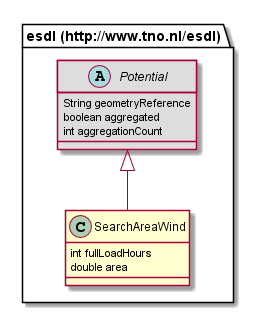
EnergyTransition/energytransition.github.io keeps this PlantUML diagram as 687474703a2f2f7777772e746e6f2e6e6c2f6573646c/SearchAreaWind.png. Above is the earlier version.
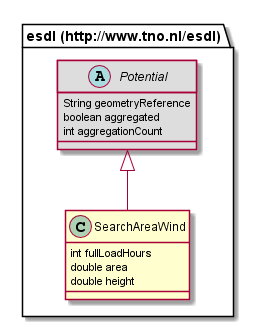
After the commit.

Diff of the diagram source:
```diff
@@ -1,7 +1,8 @@
 @startuml
-class "esdl (http://www.tno.nl/esdl).SearchAreaWind" [[#router/doc-content/687474703a2f2f7777772e746e6f2e6e6c2f6573646c/SearchAreaWind.html{Specifies search areas for wind turbines}]] {
+class "esdl (http://www.tno.nl/esdl).SearchAreaWind" [[#router/doc-content/687474703a2f2f7777772e746e6f2e6e6c2f6573646c/SearchAreaWind.html{Specifies search areas for wind turbines. }]] {
 	int fullLoadHours
 	double area
+	double height
 }
 abstract class "esdl (http://www.tno.nl/esdl).Potential" [[#router/doc-content/687474703a2f2f7777772e746e6f2e6e6c2f6573646c/Potential.html{Abstract class that represents energy potentials in an area, like wind potential, geothermal potential, residual heat source potential, etc.}]] #DDDDDD {
 	String geometryReference
```
